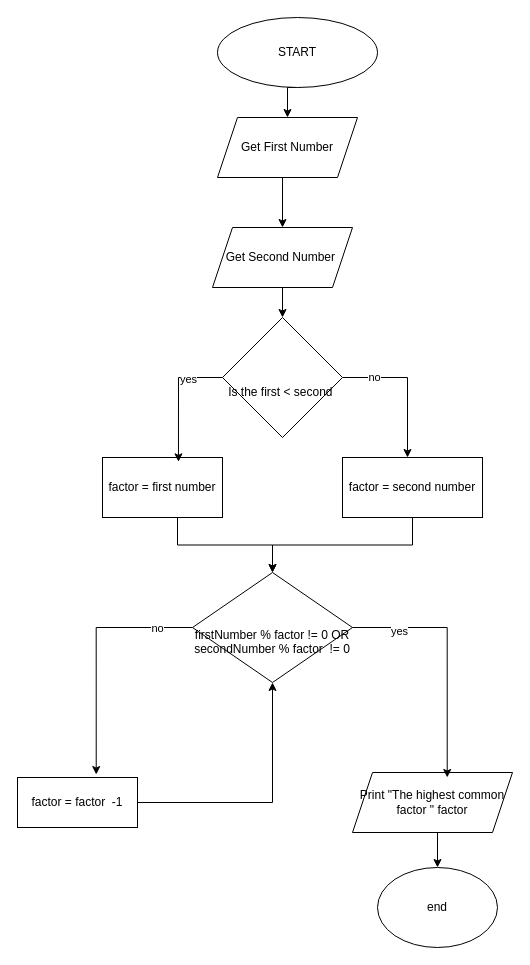
Before: day-02/Day 2 Homework/HighestCommonFactor_Flowchart.drawio in MissFuneka/ncv-level2-python-submissions-2026, a draw.io diagram. Source tidied: cells renumbered, new cells numbered last; positions are measured from the earlier drawing's top-left corner, leaving out a move shared by most shapes. Both pictures are drawn from the tidied source at 100%, with x=0, y=0 at pixel (17, 17).
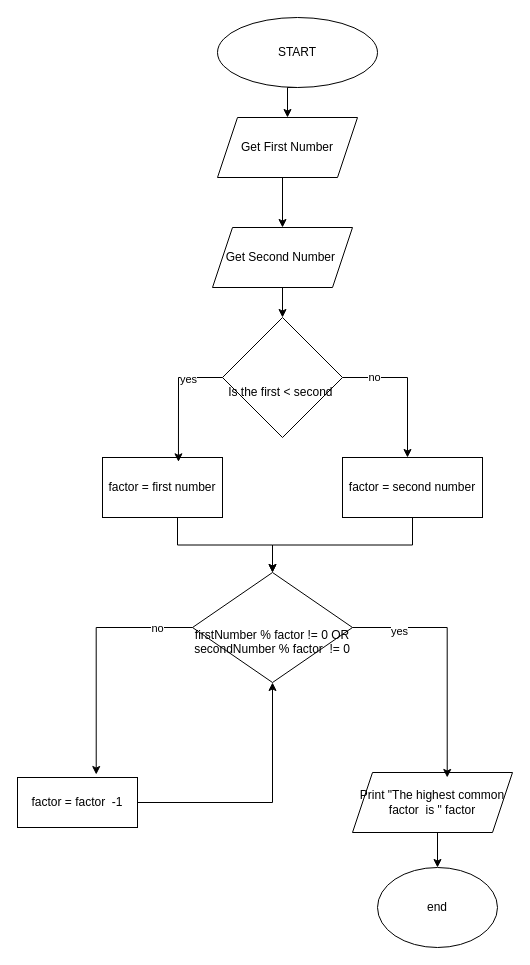
The same diagram, later.

Diff of the diagram source:
```diff
@@
-    <mxCell id="22" value="Print &quot;The highest common factor &quot; factor" style="shape=parallelogram;perimeter=parallelogramPerimeter;whiteSpace=wrap;html=1;shapeInside=1;fixedSize=1;" parent="1" vertex="1">
+    <mxCell id="22" value="Print &quot;The highest common factor&amp;nbsp; is &quot; factor" style="shape=parallelogram;perimeter=parallelogramPerimeter;whiteSpace=wrap;html=1;shapeInside=1;fixedSize=1;" parent="1" vertex="1">
       <mxGeometry x="335" y="755" width="160" height="60" as="geometry" />
     </mxCell>
```
